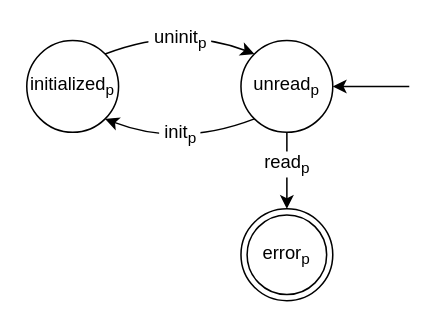
Earlier version of the draw.io diagram background/figures/use-before.drawio (andersfischernielsen/Finding-Resource-Manipulation-Bugs-with-Monitor-Automata-on-the-Example-of-the-Linux-Kernel). Source tidied: cells renumbered, new cells numbered last; positions are measured from the earlier drawing's top-left corner, leaving out a move shared by most shapes. Both pictures are drawn from the tidied source at 153%, with x=0, y=0 at pixel (26, 24).
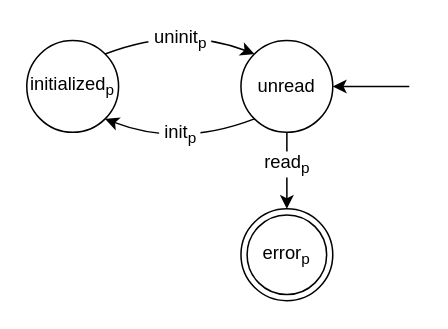
After the change.

Diff of the diagram source:
```diff
@@
 <mxGraphModel>
   <root>
     <mxCell id="0" />
     <mxCell id="1" parent="0" />
     <mxCell id="2" value="initialized&lt;sub&gt;p&lt;/sub&gt;" style="ellipse;whiteSpace=wrap;html=1;" parent="1" vertex="1">
       <mxGeometry y="10" width="60" height="60" as="geometry" />
     </mxCell>
     <mxCell id="3" style="endArrow=classic;html=1;entryX=1;entryY=0.5;entryDx=0;entryDy=0;" parent="1" edge="1" target="8">
       <mxGeometry relative="1" as="geometry">
         <mxPoint x="250" y="40" as="sourcePoint" />
       </mxGeometry>
     </mxCell>
     <mxCell id="4" style="rounded=0;jettySize=auto;html=1;exitX=0.5;exitY=1;exitDx=0;exitDy=0;entryX=0.5;entryY=0;entryDx=0;entryDy=0;" parent="1" edge="1" source="8">
       <mxGeometry relative="1" as="geometry">
         <mxPoint x="170" y="120" as="targetPoint" />
       </mxGeometry>
     </mxCell>
     <mxCell id="5" value="read&lt;sub&gt;p&lt;/sub&gt;" style="text;html=1;align=center;verticalAlign=middle;labelBackgroundColor=#ffffff;" parent="4" vertex="1">
       <mxGeometry x="-0.2" y="-1" relative="1" as="geometry" />
     </mxCell>
     <mxCell id="6" style="edgeStyle=none;jettySize=auto;html=1;exitX=0;exitY=1;exitDx=0;exitDy=0;entryX=1;entryY=1;entryDx=0;entryDy=0;curved=1;" parent="1" edge="1" source="8" target="2">
       <mxGeometry relative="1" as="geometry">
         <Array as="points">
           <mxPoint x="100" y="80" />
         </Array>
       </mxGeometry>
     </mxCell>
     <mxCell id="7" value="&amp;nbsp;init&lt;sub&gt;p&amp;nbsp;&lt;/sub&gt;" style="text;html=1;align=center;verticalAlign=middle;labelBackgroundColor=#ffffff;" parent="6" vertex="1">
       <mxGeometry x="-0.22" y="1" relative="1" as="geometry">
         <mxPoint x="-11" y="-6" as="offset" />
       </mxGeometry>
     </mxCell>
-    <mxCell id="8" value="unread&lt;sub&gt;p&lt;/sub&gt;" style="ellipse;whiteSpace=wrap;html=1;" parent="1" vertex="1">
+    <mxCell id="8" value="unread" style="ellipse;whiteSpace=wrap;html=1;" parent="1" vertex="1">
       <mxGeometry x="140" y="10" width="60" height="60" as="geometry" />
     </mxCell>
     <mxCell id="9" value="error&lt;sub&gt;p&lt;/sub&gt;" style="ellipse;shape=doubleEllipse;whiteSpace=wrap;html=1;" parent="1" vertex="1">
       <mxGeometry x="140" y="120" width="60" height="60" as="geometry" />
     </mxCell>
     <mxCell id="10" style="endArrow=classic;html=1;exitX=1;exitY=0;exitDx=0;exitDy=0;entryX=0;entryY=0;entryDx=0;entryDy=0;curved=1;" parent="1" edge="1" source="2" target="8">
       <mxGeometry relative="1" as="geometry">
         <Array as="points">
           <mxPoint x="100" />
         </Array>
       </mxGeometry>
     </mxCell>
     <mxCell id="11" value="&amp;nbsp;uninit&lt;sub&gt;p&amp;nbsp;&lt;/sub&gt;" style="text;html=1;align=center;verticalAlign=middle;labelBackgroundColor=#ffffff;" parent="10" vertex="1">
       <mxGeometry x="-0.16" y="-14" relative="1" as="geometry">
         <mxPoint x="2" y="-8" as="offset" />
       </mxGeometry>
     </mxCell>
   </root>
 </mxGraphModel>
```
